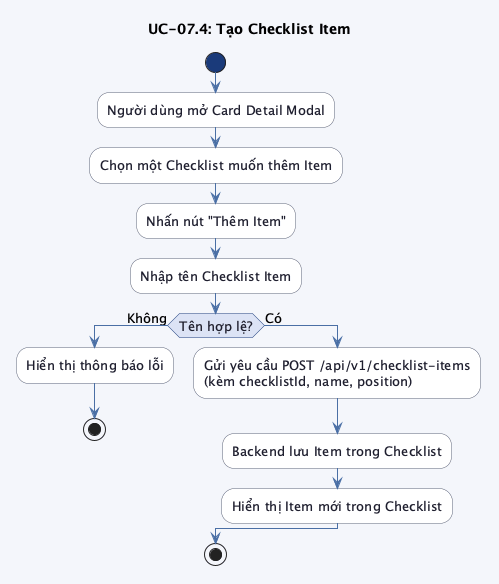
Above: src/images/chap3/activity_uc07_4.png in trongnhan34vn/trello-report (PlantUML), before the change. The source it was exported from:
```plantuml
@startuml activity_uc07_4

skinparam linetype ortho
skinparam defaultFontSize 13
skinparam backgroundColor #f4f6fb
skinparam activity {
    BackgroundColor #ffffff
    BorderColor #5b6279
    FontColor #1e1e2e
    ArrowColor #4a6fa5
    DiamondBackgroundColor #dce3f5
    DiamondBorderColor #1a3a7a
    DiamondFontColor #1e1e2e
    StartColor #1a3a7a
    EndColor #1a3a7a
}

title UC-07.4: Tạo Checklist Item

start

:Người dùng mở Card Detail Modal;
:Chọn một Checklist muốn thêm Item;
:Nhấn nút "Thêm Item";
:Nhập tên Checklist Item;

if (Tên hợp lệ?) then (Không)
    :Hiển thị thông báo lỗi;
    stop
else (Có)
    :Gửi yêu cầu POST /api/v1/checklist-items\n(kèm checklistId, name, position);
    :Backend lưu Item trong Checklist;
    :Hiển thị Item mới trong Checklist;
endif

stop

@enduml
```
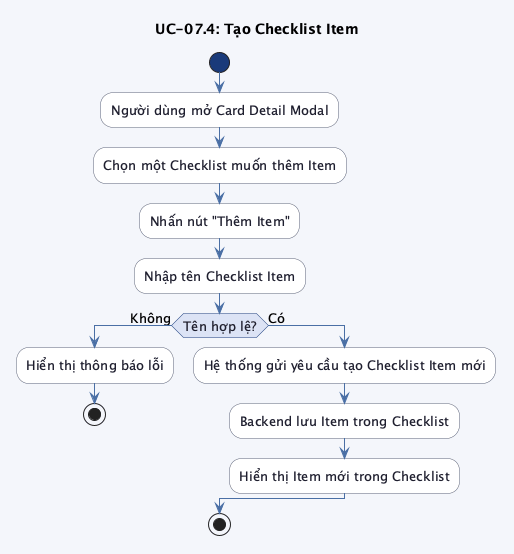
After the change.

Diff of the diagram source:
```diff
@@ -28,7 +28,7 @@
     :Hiển thị thông báo lỗi;
     stop
 else (Có)
-    :Gửi yêu cầu POST /api/v1/checklist-items\n(kèm checklistId, name, position);
+    :Hệ thống gửi yêu cầu tạo Checklist Item mới;
     :Backend lưu Item trong Checklist;
     :Hiển thị Item mới trong Checklist;
 endif
```
